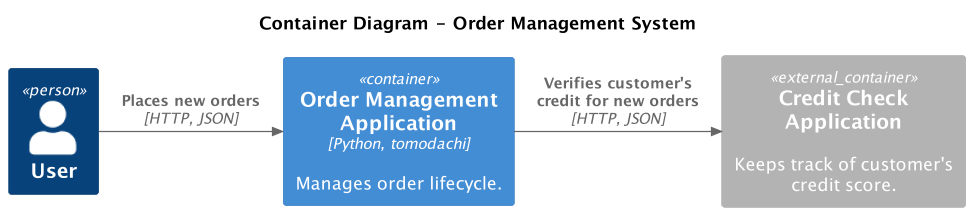
Before: docs/architecture/c4/level_2_container/05_order_management_system.png, a diagram exported from PlantUML (filipsnastins/tomodachi-testcontainers). Source of this version:
```plantuml
@startuml
!include ./container/containers.puml

skinparam dpi 120

title Container Diagram - Order Management System

Person(user, "User")

orderAppContainer()
creditCheckAppContainer()

Rel_R(user, orderApp, "Places new orders", "HTTP, JSON")
Rel_R(orderApp, creditCheckApp, "Verifies customer's credit for new orders", "HTTP, JSON")

@enduml
```
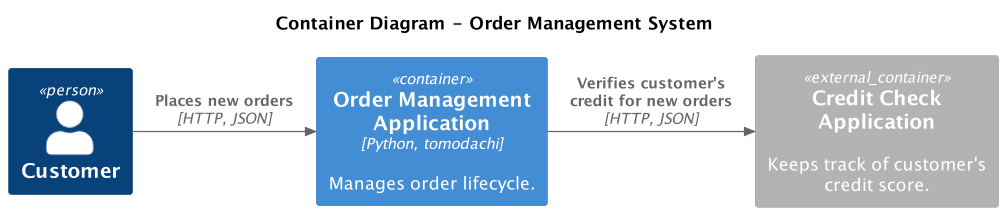
Later version of the same file.

The edit, as a diff of the source:
```diff
@@ -5,7 +5,7 @@
 
 title Container Diagram - Order Management System
 
-Person(user, "User")
+Person(user, "Customer")
 
 orderAppContainer()
 creditCheckAppContainer()
```
